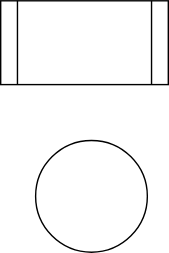
serodriguez68/react-cheatsheet-udemy-2019 keeps this draw.io diagram as diagrams/test.svg. Above is the earlier version. Source tidied: cells renumbered, new cells last; positions are measured from the earlier drawing's top-left corner, leaving out a move shared by most shapes. Its diagram source:
```xml
<mxGraphModel>
  <root>
    <mxCell id="0" />
    <mxCell id="1" parent="0" />
    <mxCell id="2" style="shape=process;whiteSpace=wrap;html=1;backgroundOutline=1;" parent="1" vertex="1">
      <mxGeometry width="120" height="60" as="geometry" />
    </mxCell>
    <mxCell id="3" style="ellipse;whiteSpace=wrap;html=1;" parent="1" vertex="1">
      <mxGeometry x="25" y="100" width="80" height="80" as="geometry" />
    </mxCell>
  </root>
</mxGraphModel>
```
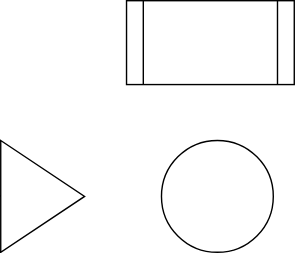
After the change.

Diff of the diagram source:
```diff
@@ -8,5 +8,8 @@
     <mxCell id="3" style="ellipse;whiteSpace=wrap;html=1;" parent="1" vertex="1">
       <mxGeometry x="25" y="100" width="80" height="80" as="geometry" />
     </mxCell>
+    <mxCell id="4" style="triangle;whiteSpace=wrap;html=1;" parent="1" vertex="1">
+      <mxGeometry x="-90" y="100" width="60" height="80" as="geometry" />
+    </mxCell>
   </root>
 </mxGraphModel>
```
